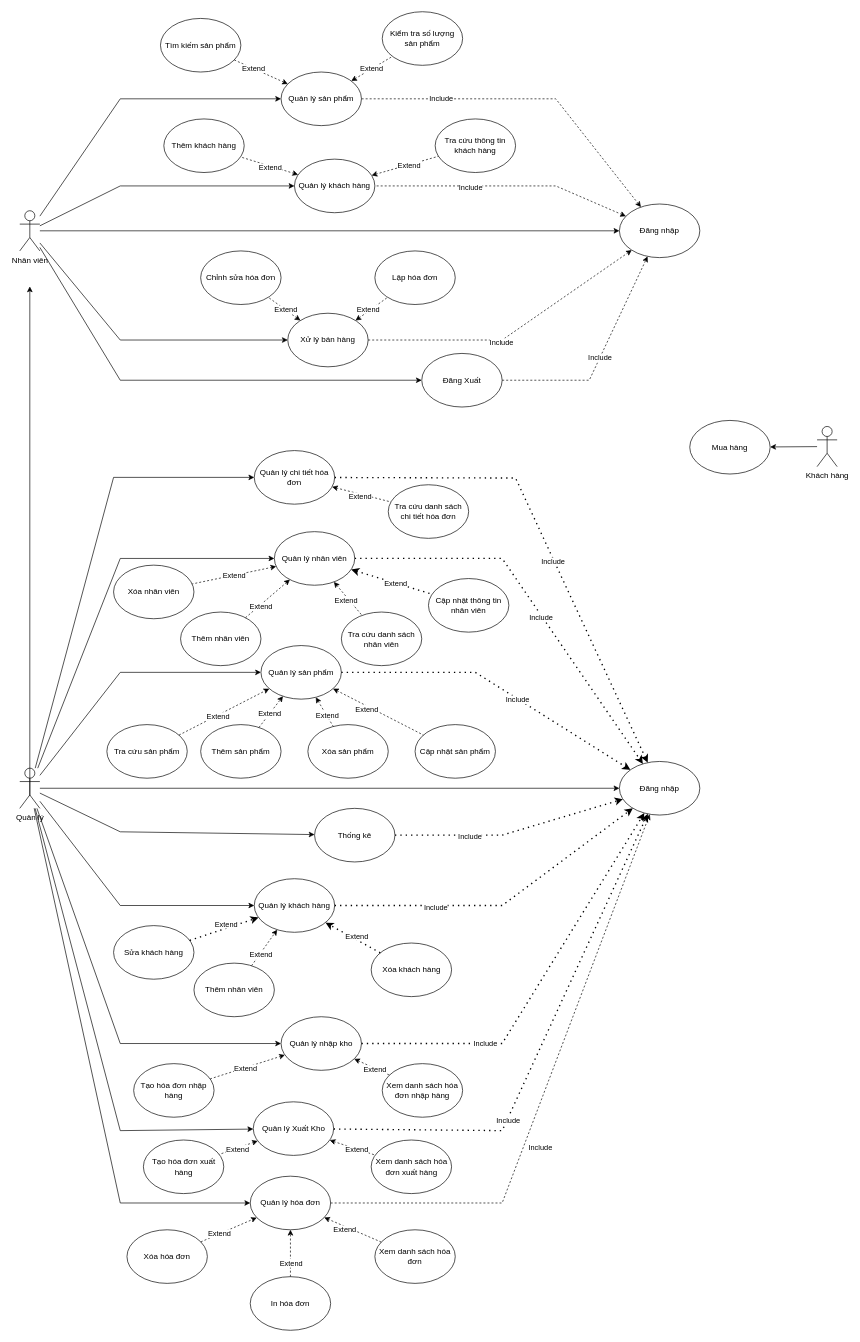
The draw.io diagram Do_an/src/usecase/Usecase.drawio in dmn-05/DoAnWindows, before the edit. Source tidied: cells renumbered, new cells numbered last; positions are measured from the earlier drawing's top-left corner, leaving out a move shared by most shapes. Both pictures are drawn from the tidied source at 67%, with x=0, y=0 at pixel (19, 11).
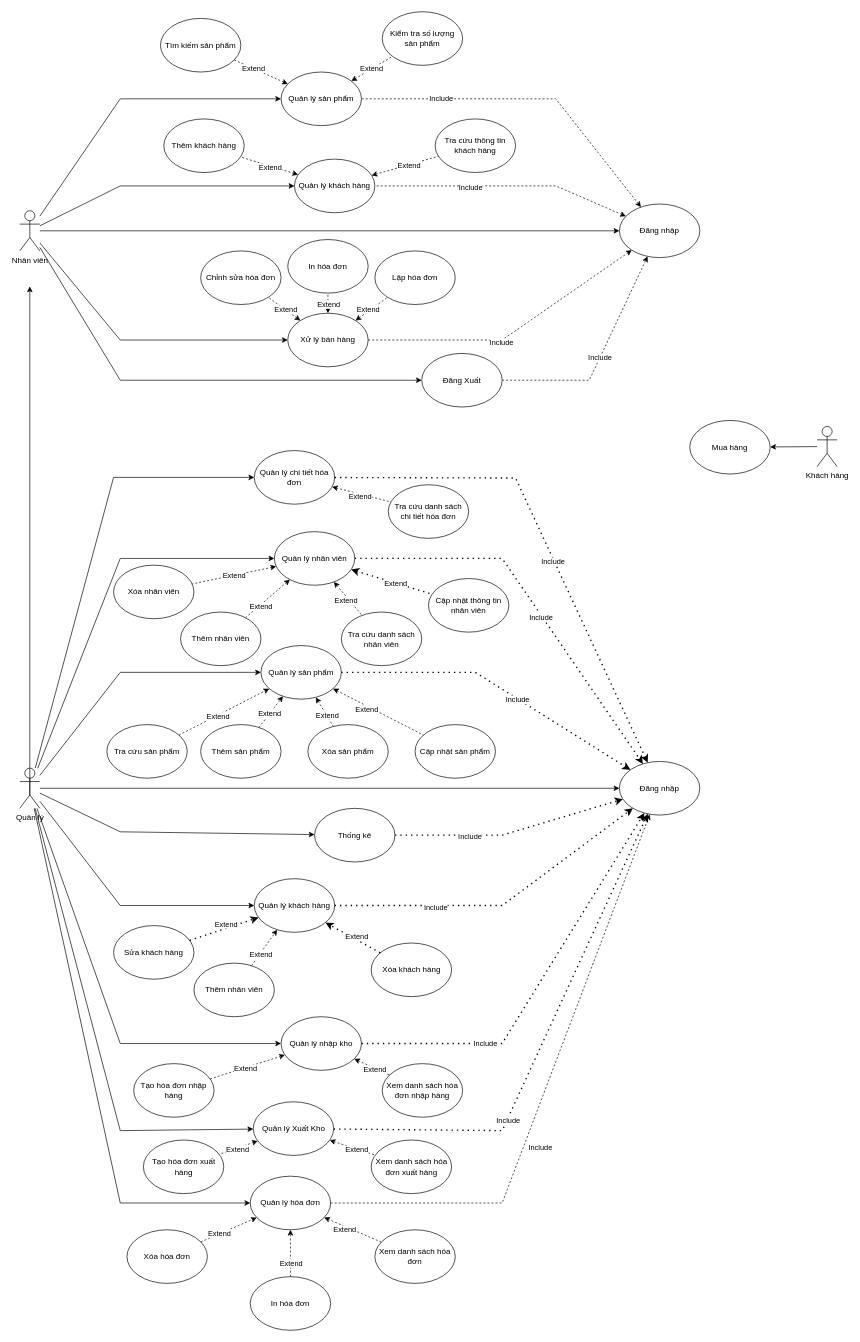
Above is the later version.

Unchanged cells that the change refers to:
```xml
<mxCell id="18" value="Xử lý bán hàng" style="ellipse;whiteSpace=wrap;html=1;" parent="1" vertex="1">
  <mxGeometry x="400" y="450" width="120" height="80" as="geometry" />
</mxCell>
```

The edit, as a diff of the source:
```diff
@@
+    <mxCell id="133" value="In hóa đơn" style="ellipse;whiteSpace=wrap;html=1;" parent="1" vertex="1">
+      <mxGeometry x="400" y="340" width="120" height="80" as="geometry" />
+    </mxCell>
+    <mxCell id="134" style="endArrow=none;dashed=1;html=1;rounded=0;startArrow=classic;startFill=1;entryX=0.5;entryY=1;entryDx=0;entryDy=0;exitX=0.5;exitY=0;exitDx=0;exitDy=0;" parent="1" edge="1" source="18" target="133">
+      <mxGeometry relative="1" as="geometry" />
+    </mxCell>
+    <mxCell id="135" value="Extend" style="edgeLabel;html=1;align=center;verticalAlign=middle;" parent="134" vertex="1">
+      <mxGeometry x="-0.04" relative="1" as="geometry" />
+    </mxCell>
```
